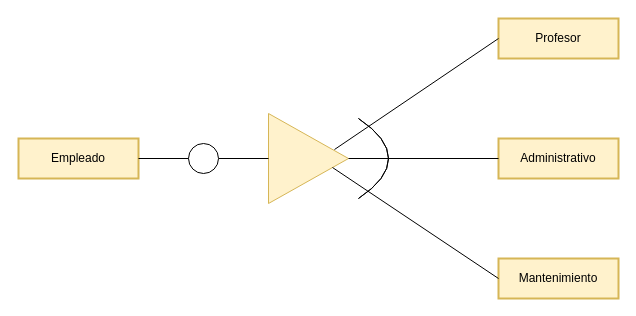
This is page "EJ7" (5 of 9) of Tareas/Tarea3/Tarea3.drawio from JuanManuelMM/Base-Datos, a draw.io file, before an edit. Source tidied: cells renumbered, new cells numbered last; positions are measured from the earlier drawing's top-left corner, leaving out a move shared by most shapes. Both pictures are drawn from the tidied source at 100%, with x=0, y=0 at pixel (18, 18).
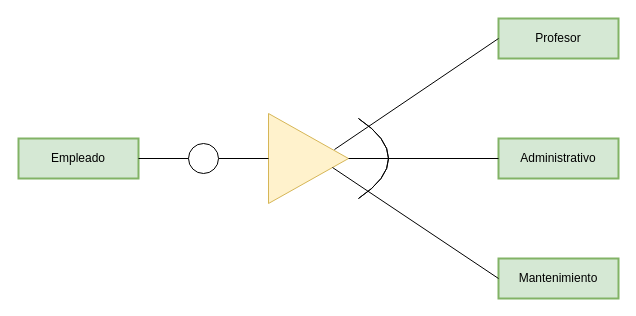
The same diagram, later.

What changed in the source:
```diff
@@
 <mxGraphModel>
   <root>
     <mxCell id="0" />
     <mxCell id="1" parent="0" />
-    <mxCell id="2" value="Empleado" style="whiteSpace=wrap;html=1;align=center;fillColor=#fff2cc;strokeColor=#d6b656;strokeWidth=2;" parent="1" vertex="1">
+    <mxCell id="2" value="Empleado" style="whiteSpace=wrap;html=1;align=center;fillColor=#d5e8d4;strokeColor=#82b366;strokeWidth=2;" parent="1" vertex="1">
       <mxGeometry y="120" width="120" height="40" as="geometry" />
     </mxCell>
-    <mxCell id="3" value="Mantenimiento" style="whiteSpace=wrap;html=1;align=center;fillColor=#fff2cc;strokeColor=#d6b656;strokeWidth=2;" parent="1" vertex="1">
+    <mxCell id="3" value="Mantenimiento" style="whiteSpace=wrap;html=1;align=center;fillColor=#d5e8d4;strokeColor=#82b366;strokeWidth=2;" parent="1" vertex="1">
       <mxGeometry x="480" y="240" width="120" height="40" as="geometry" />
     </mxCell>
-    <mxCell id="4" value="Administrativo" style="whiteSpace=wrap;html=1;align=center;fillColor=#fff2cc;strokeColor=#d6b656;strokeWidth=2;" parent="1" vertex="1">
+    <mxCell id="4" value="Administrativo" style="whiteSpace=wrap;html=1;align=center;fillColor=#d5e8d4;strokeColor=#82b366;strokeWidth=2;" parent="1" vertex="1">
       <mxGeometry x="480" y="120" width="120" height="40" as="geometry" />
     </mxCell>
-    <mxCell id="5" value="Profesor" style="whiteSpace=wrap;html=1;align=center;fillColor=#fff2cc;strokeColor=#d6b656;strokeWidth=2;" parent="1" vertex="1">
+    <mxCell id="5" value="Profesor" style="whiteSpace=wrap;html=1;align=center;fillColor=#d5e8d4;strokeColor=#82b366;strokeWidth=2;" parent="1" vertex="1">
       <mxGeometry x="480" width="120" height="40" as="geometry" />
     </mxCell>
     <mxCell id="6" style="triangle;whiteSpace=wrap;html=1;fillColor=#fff2cc;strokeColor=#d6b656;" parent="1" vertex="1">
       <mxGeometry x="250" y="95" width="80" height="90" as="geometry" />
     </mxCell>
     <mxCell id="7" style="endArrow=none;html=1;rounded=0;entryX=0;entryY=0.5;entryDx=0;entryDy=0;exitX=0.825;exitY=0.4;exitDx=0;exitDy=0;exitPerimeter=0;" parent="1" edge="1" source="6" target="5">
       <mxGeometry relative="1" as="geometry" />
     </mxCell>
     <mxCell id="8" style="endArrow=none;html=1;rounded=0;entryX=0;entryY=0.5;entryDx=0;entryDy=0;exitX=1;exitY=0.5;exitDx=0;exitDy=0;" parent="1" edge="1" source="6" target="4">
       <mxGeometry relative="1" as="geometry" />
     </mxCell>
     <mxCell id="9" style="endArrow=none;html=1;rounded=0;entryX=0;entryY=0.5;entryDx=0;entryDy=0;exitX=0.8;exitY=0.6;exitDx=0;exitDy=0;exitPerimeter=0;" parent="1" edge="1" source="6" target="3">
       <mxGeometry relative="1" as="geometry" />
     </mxCell>
     <mxCell id="10" style="endArrow=none;html=1;rounded=0;exitX=1;exitY=0.5;exitDx=0;exitDy=0;entryX=0;entryY=0.5;entryDx=0;entryDy=0;startArrow=none;" parent="1" edge="1" source="12" target="6">
       <mxGeometry relative="1" as="geometry" />
     </mxCell>
     <mxCell id="11" style="shape=dataStorage;whiteSpace=wrap;html=1;fixedSize=1;size=30;rotation=-180;" parent="1" vertex="1">
       <mxGeometry x="340" y="100" width="30" height="80" as="geometry" />
     </mxCell>
     <mxCell id="12" style="ellipse;whiteSpace=wrap;html=1;" parent="1" vertex="1">
       <mxGeometry x="170" y="125" width="30" height="30" as="geometry" />
     </mxCell>
     <mxCell id="13" style="endArrow=none;html=1;rounded=0;exitX=1;exitY=0.5;exitDx=0;exitDy=0;entryX=0;entryY=0.5;entryDx=0;entryDy=0;" parent="1" edge="1" source="2" target="12">
       <mxGeometry relative="1" as="geometry" />
     </mxCell>
   </root>
 </mxGraphModel>
```
